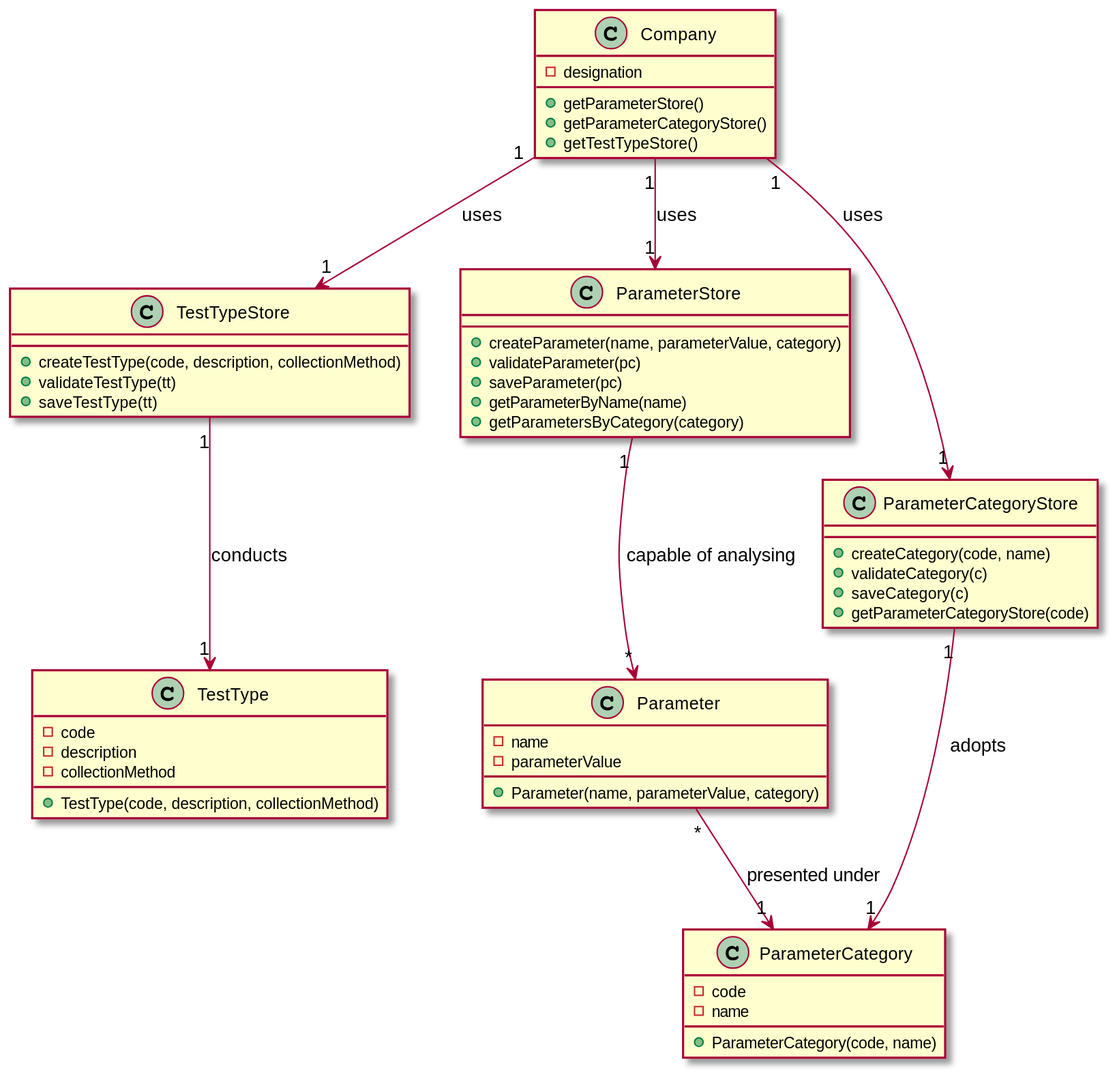
Earlier version of the PlantUML export docs/SprintB/US11/US11-CD.svg (manu-07-ela/LAPR2_ISEP). Its diagram source:
```plantuml
@startuml
class Company
class TestTypeStore
class ParameterStore
class ParameterCategoryStore
class TestType
class Parameter
class ParameterCategory

class Company{
-designation
+getParameterStore()
+getParameterCategoryStore()
+getTestTypeStore()
}

class TestTypeStore{
+createTestType(code, description, collectionMethod)
+validateTestType(tt)
+saveTestType(tt)
}

class ParameterStore{
+createParameter(name, parameterValue, category)
+validateParameter(pc)
+saveParameter(pc)
+getParameterByName(name)
+getParametersByCategory(category)
}

class ParameterCategoryStore{
+createCategory(code, name)
+validateCategory(c)
+saveCategory(c)
+getParameterCategoryStore(code)
}

class Parameter {
-name
-parameterValue
+Parameter(name, parameterValue, category)
}

class ParameterCategory {
-code
-name
+ParameterCategory(code, name)
}

class TestType{
-code
-description
-collectionMethod
+TestType(code, description, collectionMethod)
}

Company "1"-->"1" ParameterStore : uses
Company "1"-->"1" ParameterCategoryStore : uses
Company "1"-->"1" TestTypeStore : uses
TestTypeStore "1"-->"1" TestType : conducts
ParameterCategoryStore "1"-->"1" ParameterCategory: adopts
ParameterStore "1"-->"*" Parameter: capable of analysing
Parameter "*"-->"1" ParameterCategory : presented under



@enduml
```
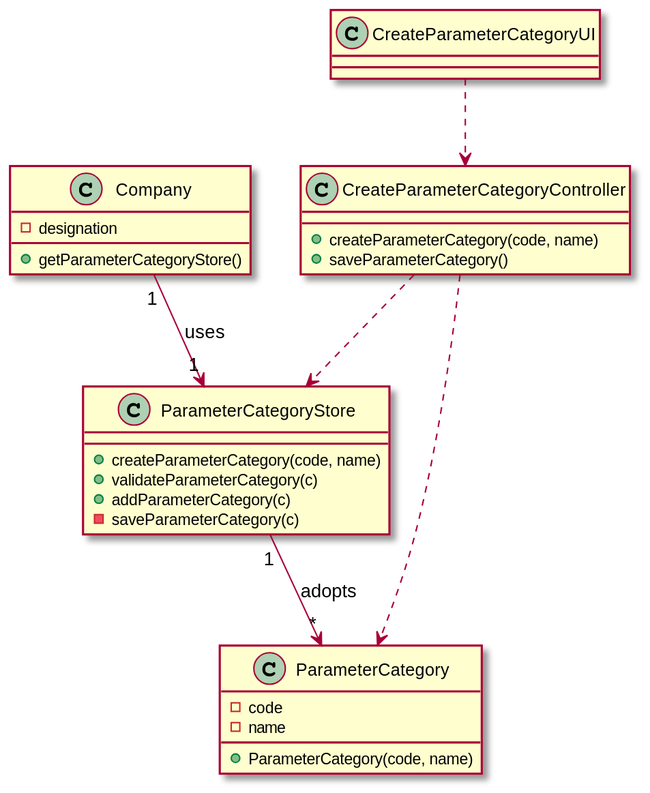
The same file after the commit.

Commit message:
Updating of class diagram of user storie 11

Diff of the diagram source:
```diff
@@ -1,45 +1,28 @@
 @startuml
 class Company
-class TestTypeStore
-class ParameterStore
 class ParameterCategoryStore
-class TestType
-class Parameter
 class ParameterCategory
+class CreateParameterCategoryController
+class CreateParameterCategoryUI
 
 class Company{
 -designation
-+getParameterStore()
 +getParameterCategoryStore()
-+getTestTypeStore()
 }
 
-class TestTypeStore{
-+createTestType(code, description, collectionMethod)
-+validateTestType(tt)
-+saveTestType(tt)
-}
+class CreateParameterCategoryController{
++createParameterCategory(code, name)
++saveParameterCategory()
 
-class ParameterStore{
-+createParameter(name, parameterValue, category)
-+validateParameter(pc)
-+saveParameter(pc)
-+getParameterByName(name)
-+getParametersByCategory(category)
 }
 
 class ParameterCategoryStore{
-+createCategory(code, name)
-+validateCategory(c)
-+saveCategory(c)
-+getParameterCategoryStore(code)
++createParameterCategory(code, name)
++validateParameterCategory(c)
++addParameterCategory(c)
+-saveParameterCategory(c)
 }
 
-class Parameter {
--name
--parameterValue
-+Parameter(name, parameterValue, category)
-}
 
 class ParameterCategory {
 -code
@@ -47,20 +30,13 @@
 +ParameterCategory(code, name)
 }
 
-class TestType{
--code
--description
--collectionMethod
-+TestType(code, description, collectionMethod)
-}
+Company "1"-->"1" ParameterCategoryStore : uses
+CreateParameterCategoryUI ..> CreateParameterCategoryController
+CreateParameterCategoryController ..> ParameterCategory
+ParameterCategoryStore "1"-->"*" ParameterCategory : adopts
+CreateParameterCategoryController ..> ParameterCategoryStore
 
-Company "1"-->"1" ParameterStore : uses
-Company "1"-->"1" ParameterCategoryStore : uses
-Company "1"-->"1" TestTypeStore : uses
-TestTypeStore "1"-->"1" TestType : conducts
-ParameterCategoryStore "1"-->"1" ParameterCategory: adopts
-ParameterStore "1"-->"*" Parameter: capable of analysing
-Parameter "*"-->"1" ParameterCategory : presented under
+
 
 
 
```
